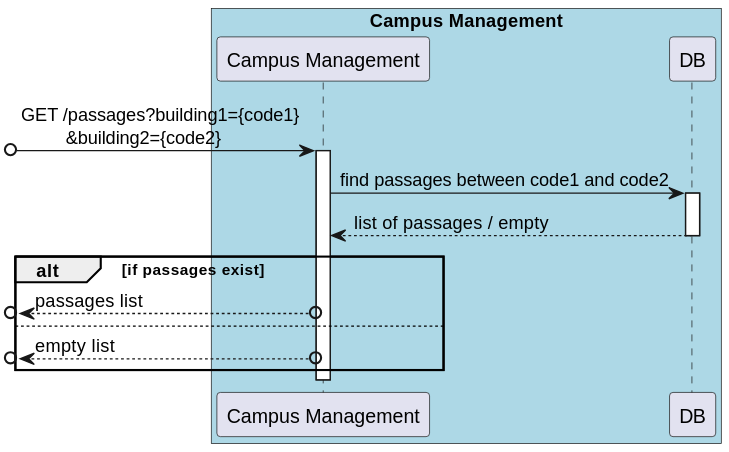
Above: docs/US/ID-300/SD Lv2.svg in winqus/RobDroneGo (PlantUML), before the change. Its diagram source:
```plantuml
@startuml SD Lv2

box "Campus Management" #LightBlue
    participant "Campus Management" as Campus
    participant "DB" as DB
end box

[o-> Campus : GET /passages?building1={code1}\n\t&building2={code2}
activate Campus

Campus -> DB : find passages between code1 and code2
activate DB
DB --> Campus : list of passages / empty
deactivate DB

alt if passages exist
    [o<--o Campus : passages list
else
    [o<--o Campus : empty list
end

deactivate Campus

@enduml
```
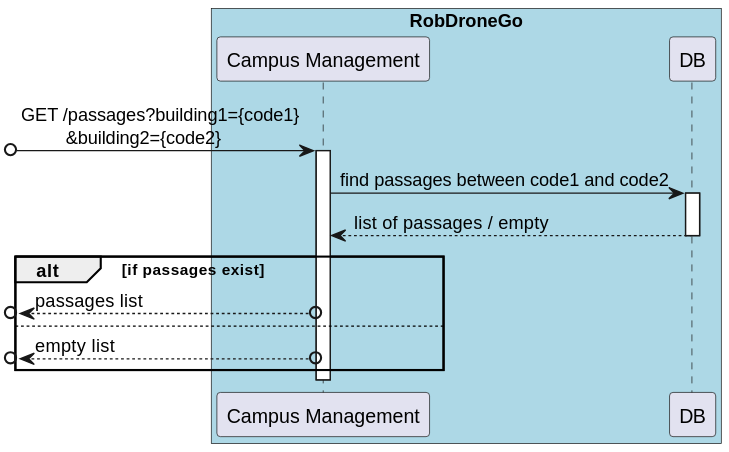
Above is the later version.

What changed in the source:
```diff
@@ -1,6 +1,6 @@
 @startuml SD Lv2
 
-box "Campus Management" #LightBlue
+box "RobDroneGo" #LightBlue
     participant "Campus Management" as Campus
     participant "DB" as DB
 end box
```
